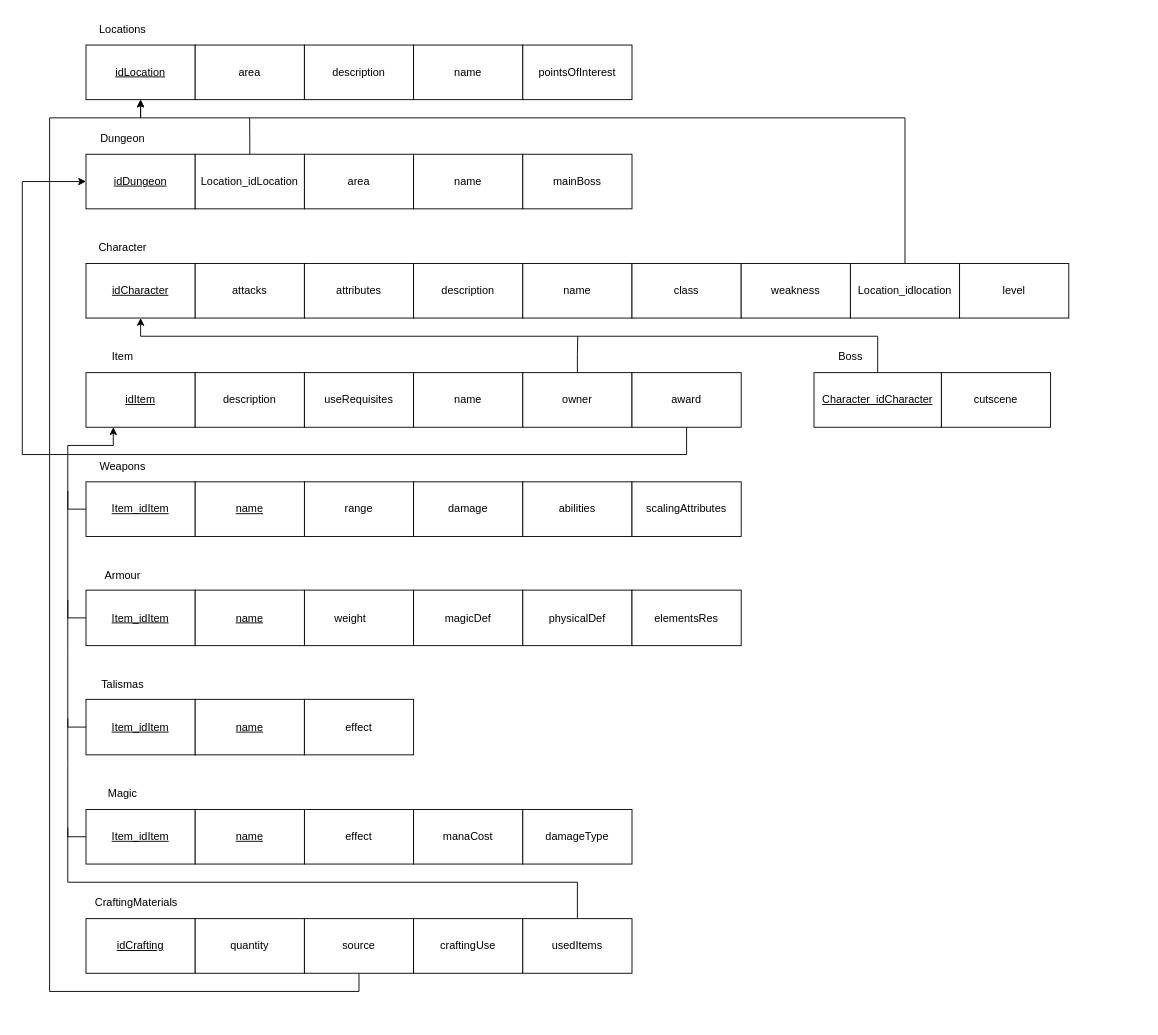
This is BD-Project/ER.drawio from aokiLourenco/BD, a draw.io file, before an edit. Source tidied: cells renumbered, new cells numbered last; positions are measured from the earlier drawing's top-left corner, leaving out a move shared by most shapes. Both pictures are drawn from the tidied source at 91%, with x=0, y=0 at pixel (22, 15).
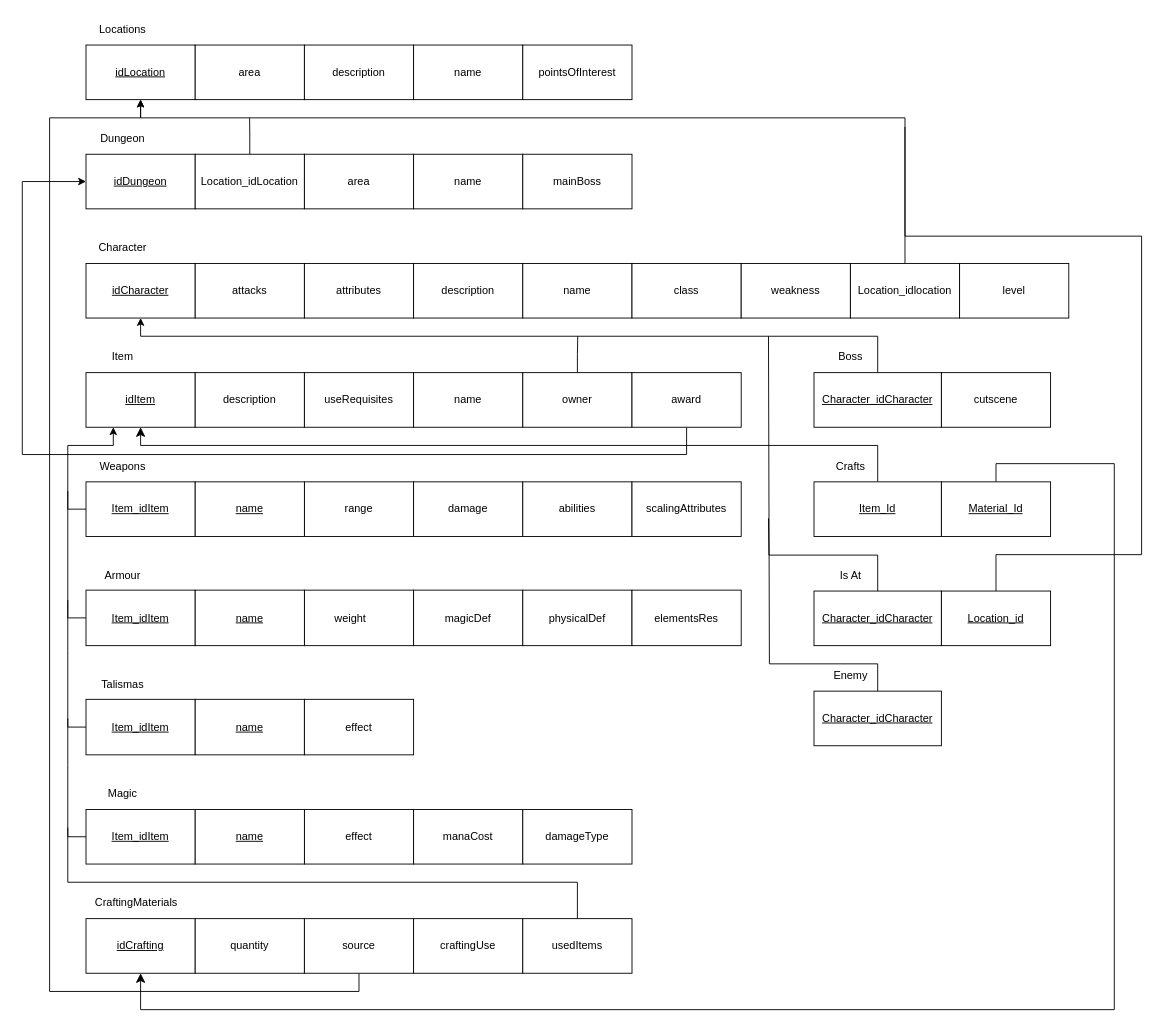
The same diagram, later.

The change refers to these unchanged cells:
```xml
<mxCell id="9" value="&lt;u&gt;idItem&lt;/u&gt;" style="rounded=0;whiteSpace=wrap;html=1;" parent="1" vertex="1">
  <mxGeometry x="70" y="392" width="120" height="60" as="geometry" />
</mxCell>
<mxCell id="37" value="&lt;u&gt;idCrafting&lt;/u&gt;" style="rounded=0;whiteSpace=wrap;html=1;" parent="1" vertex="1">
  <mxGeometry x="70" y="992" width="120" height="60" as="geometry" />
</mxCell>
```

What changed in the source:
```diff
@@
+    <mxCell id="75" style="edgeStyle=orthogonalEdgeStyle;rounded=0;jettySize=auto;html=1;exitX=0.5;exitY=0;exitDx=0;exitDy=0;entryX=0.5;entryY=1;entryDx=0;entryDy=0;fontSize=12;startSize=8;endSize=8;" parent="1" edge="1" source="76" target="9">
+      <mxGeometry relative="1" as="geometry">
+        <Array as="points">
+          <mxPoint x="940" y="472" />
+          <mxPoint x="130" y="472" />
+        </Array>
+      </mxGeometry>
+    </mxCell>
+    <mxCell id="76" value="&lt;u&gt;Item_Id&lt;/u&gt;" style="rounded=0;whiteSpace=wrap;html=1;" parent="1" vertex="1">
+      <mxGeometry x="870" y="512" width="140" height="60" as="geometry" />
+    </mxCell>
+    <mxCell id="77" style="edgeStyle=orthogonalEdgeStyle;rounded=0;jettySize=auto;html=1;exitX=0.5;exitY=0;exitDx=0;exitDy=0;entryX=0.5;entryY=1;entryDx=0;entryDy=0;fontSize=12;startSize=8;endSize=8;" parent="1" edge="1" source="78" target="37">
+      <mxGeometry relative="1" as="geometry">
+        <Array as="points">
+          <mxPoint x="1070" y="492" />
+          <mxPoint x="1200" y="492" />
+          <mxPoint x="1200" y="1092" />
+          <mxPoint x="130" y="1092" />
+        </Array>
+      </mxGeometry>
+    </mxCell>
+    <mxCell id="78" value="&lt;u&gt;Material_Id&lt;/u&gt;" style="rounded=0;whiteSpace=wrap;html=1;" parent="1" vertex="1">
+      <mxGeometry x="1010" y="512" width="120" height="60" as="geometry" />
+    </mxCell>
+    <mxCell id="79" value="Crafts" style="text;html=1;align=center;verticalAlign=middle;strokeColor=none;fillColor=none;" parent="1" vertex="1">
+      <mxGeometry x="880" y="480" width="60" height="30" as="geometry" />
+    </mxCell>
+    <mxCell id="80" style="edgeStyle=orthogonalEdgeStyle;rounded=0;jettySize=auto;html=1;exitX=0.5;exitY=0;exitDx=0;exitDy=0;endArrow=none;endFill=0;" parent="1" edge="1" source="81">
+      <mxGeometry relative="1" as="geometry">
+        <mxPoint x="820" y="552" as="targetPoint" />
+      </mxGeometry>
+    </mxCell>
+    <mxCell id="81" value="&lt;u&gt;Character_idCharacter&lt;/u&gt;" style="rounded=0;whiteSpace=wrap;html=1;" parent="1" vertex="1">
+      <mxGeometry x="870" y="632" width="140" height="60" as="geometry" />
+    </mxCell>
+    <mxCell id="82" style="edgeStyle=orthogonalEdgeStyle;rounded=0;jettySize=auto;html=1;exitX=0.5;exitY=0;exitDx=0;exitDy=0;endArrow=none;endFill=0;" parent="1" edge="1" source="83">
+      <mxGeometry relative="1" as="geometry">
+        <mxPoint x="970" y="122" as="targetPoint" />
+        <Array as="points">
+          <mxPoint x="1070" y="592" />
+          <mxPoint x="1230" y="592" />
+          <mxPoint x="1230" y="242" />
+          <mxPoint x="970" y="242" />
+        </Array>
+      </mxGeometry>
+    </mxCell>
+    <mxCell id="83" value="&lt;u&gt;Location_id&lt;/u&gt;" style="rounded=0;whiteSpace=wrap;html=1;" parent="1" vertex="1">
+      <mxGeometry x="1010" y="632" width="120" height="60" as="geometry" />
+    </mxCell>
+    <mxCell id="84" value="Is At" style="text;html=1;align=center;verticalAlign=middle;strokeColor=none;fillColor=none;" parent="1" vertex="1">
+      <mxGeometry x="885" y="600" width="50" height="30" as="geometry" />
+    </mxCell>
+    <mxCell id="85" style="edgeStyle=orthogonalEdgeStyle;rounded=0;jettySize=auto;html=1;exitX=0.5;exitY=0;exitDx=0;exitDy=0;endArrow=none;endFill=0;" parent="1" edge="1" source="86">
+      <mxGeometry relative="1" as="geometry">
+        <mxPoint x="820" y="352" as="targetPoint" />
+        <Array as="points">
+          <mxPoint x="940" y="712" />
+          <mxPoint x="821" y="712" />
+        </Array>
+      </mxGeometry>
+    </mxCell>
+    <mxCell id="86" value="&lt;u&gt;Character_idCharacter&lt;/u&gt;" style="rounded=0;whiteSpace=wrap;html=1;" parent="1" vertex="1">
+      <mxGeometry x="870" y="742" width="140" height="60" as="geometry" />
+    </mxCell>
+    <mxCell id="87" value="Enemy" style="text;html=1;align=center;verticalAlign=middle;strokeColor=none;fillColor=none;" parent="1" vertex="1">
+      <mxGeometry x="880" y="710" width="60" height="30" as="geometry" />
+    </mxCell>
```
